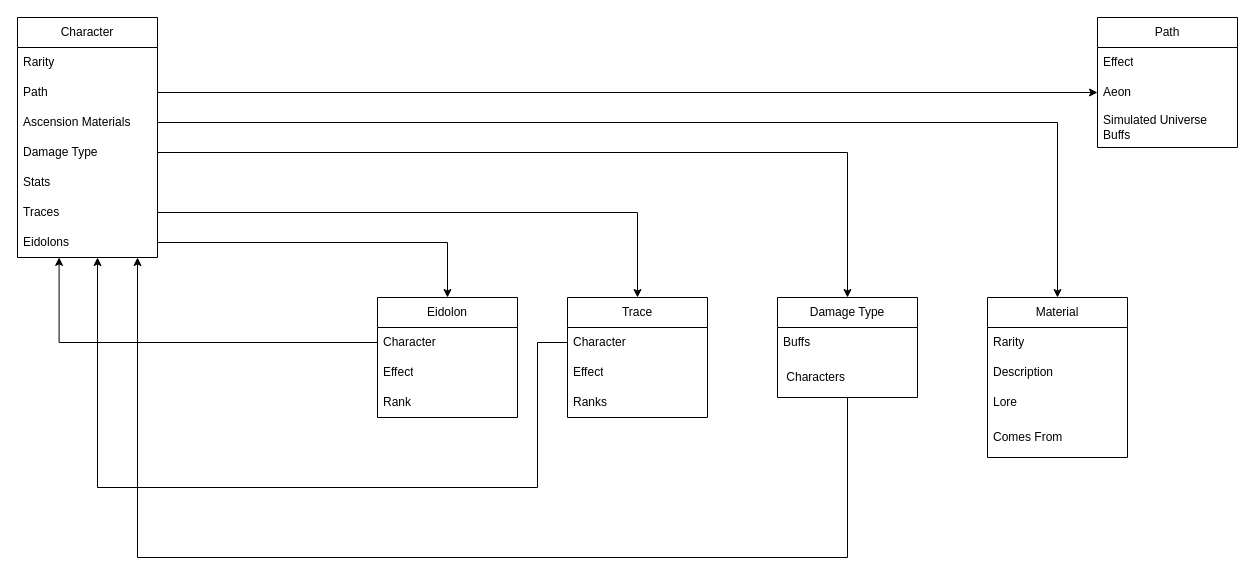
Above: Untitled Diagram.drawio in Riktam-Santra/comet_rail (draw.io), before the change. Source tidied: cells renumbered, new cells numbered last; positions are measured from the earlier drawing's top-left corner, leaving out a move shared by most shapes. Both pictures are drawn from the tidied source at 100%, with x=0, y=0 at pixel (17, 17).
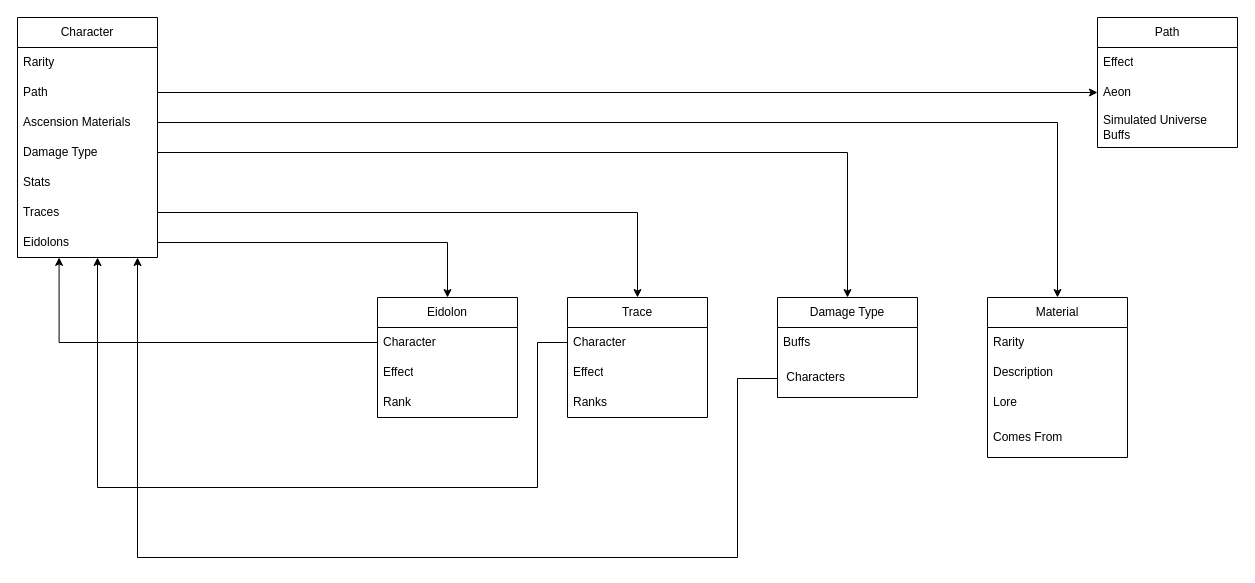
The same diagram, later.

Unchanged cells that the change refers to:
```xml
<mxCell id="22" value="&amp;nbsp;Characters" style="text;strokeColor=none;fillColor=none;align=left;verticalAlign=middle;spacingLeft=4;spacingRight=4;overflow=hidden;points=[[0,0.5],[1,0.5]];portConstraint=eastwest;whiteSpace=wrap;html=1;" parent="20" vertex="1">
  <mxGeometry y="60" width="140" height="40" as="geometry" />
</mxCell>
```

Change to the diagram source:
```diff
@@
-    <mxCell id="37" style="edgeStyle=orthogonalEdgeStyle;rounded=0;jettySize=auto;html=1;" parent="1" edge="1" source="22">
+    <mxCell id="37" style="edgeStyle=orthogonalEdgeStyle;rounded=0;jettySize=auto;html=1;exitX=0;exitY=0.5;exitDx=0;exitDy=0;" parent="1" edge="1" source="22">
       <mxGeometry relative="1" as="geometry">
         <mxPoint x="120" y="240" as="targetPoint" />
         <Array as="points">
-          <mxPoint x="830" y="540" />
+          <mxPoint x="720" y="361" />
+          <mxPoint x="720" y="540" />
           <mxPoint x="120" y="540" />
-          <mxPoint x="120" y="241" />
         </Array>
       </mxGeometry>
     </mxCell>
```
